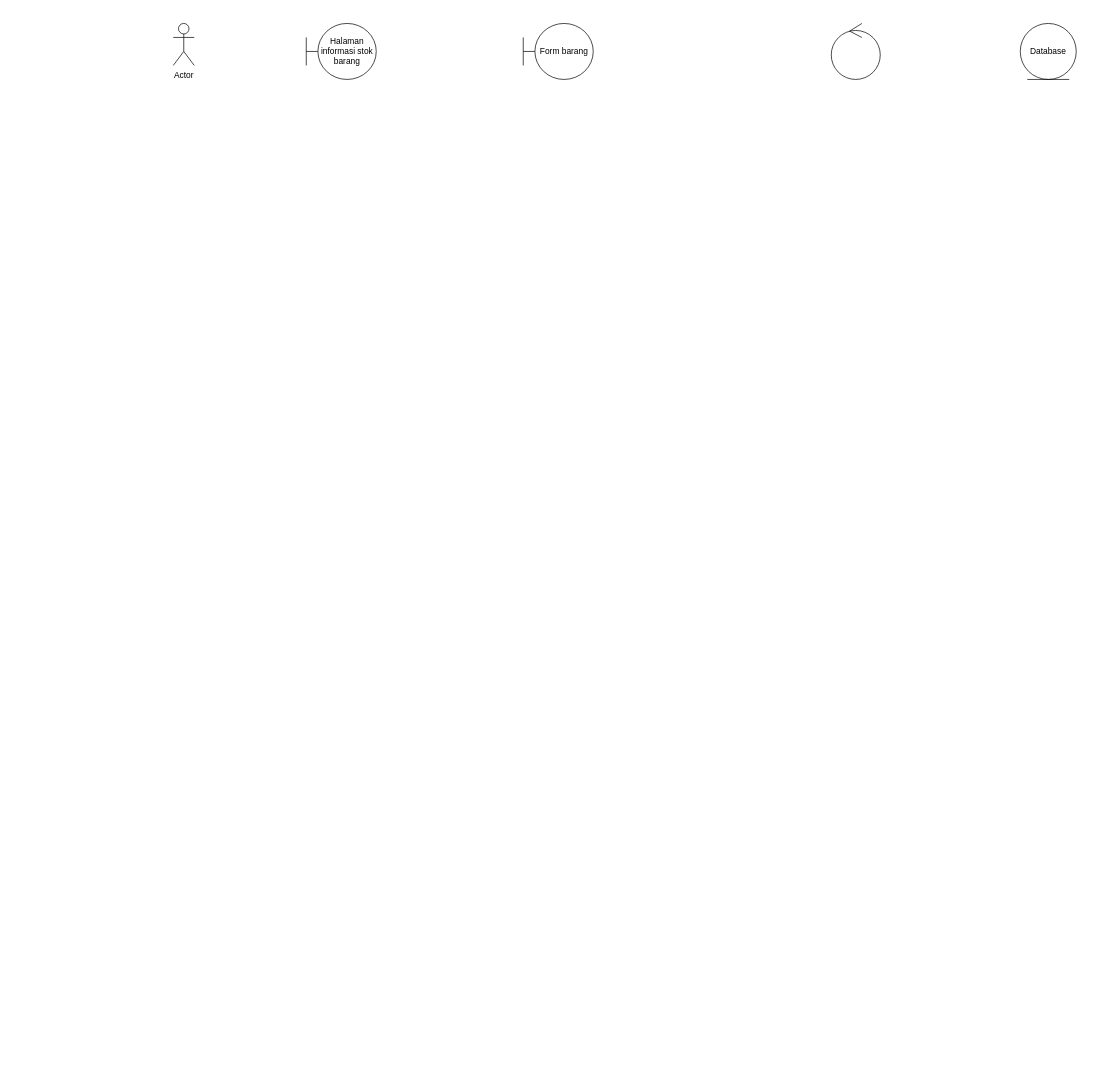
Earlier version of the draw.io diagram page "Fitur Menambah informasi stok barang" (1 of 20) of FIxed/Sequence Complete .drawio (AriqFaridzki/SE-UTS-2023). Source tidied: cells renumbered, new cells numbered last; positions are measured from the earlier drawing's top-left corner, leaving out a move shared by most shapes. Both pictures are drawn from the tidied source at 70%, with x=0, y=0 at pixel (173, 23).
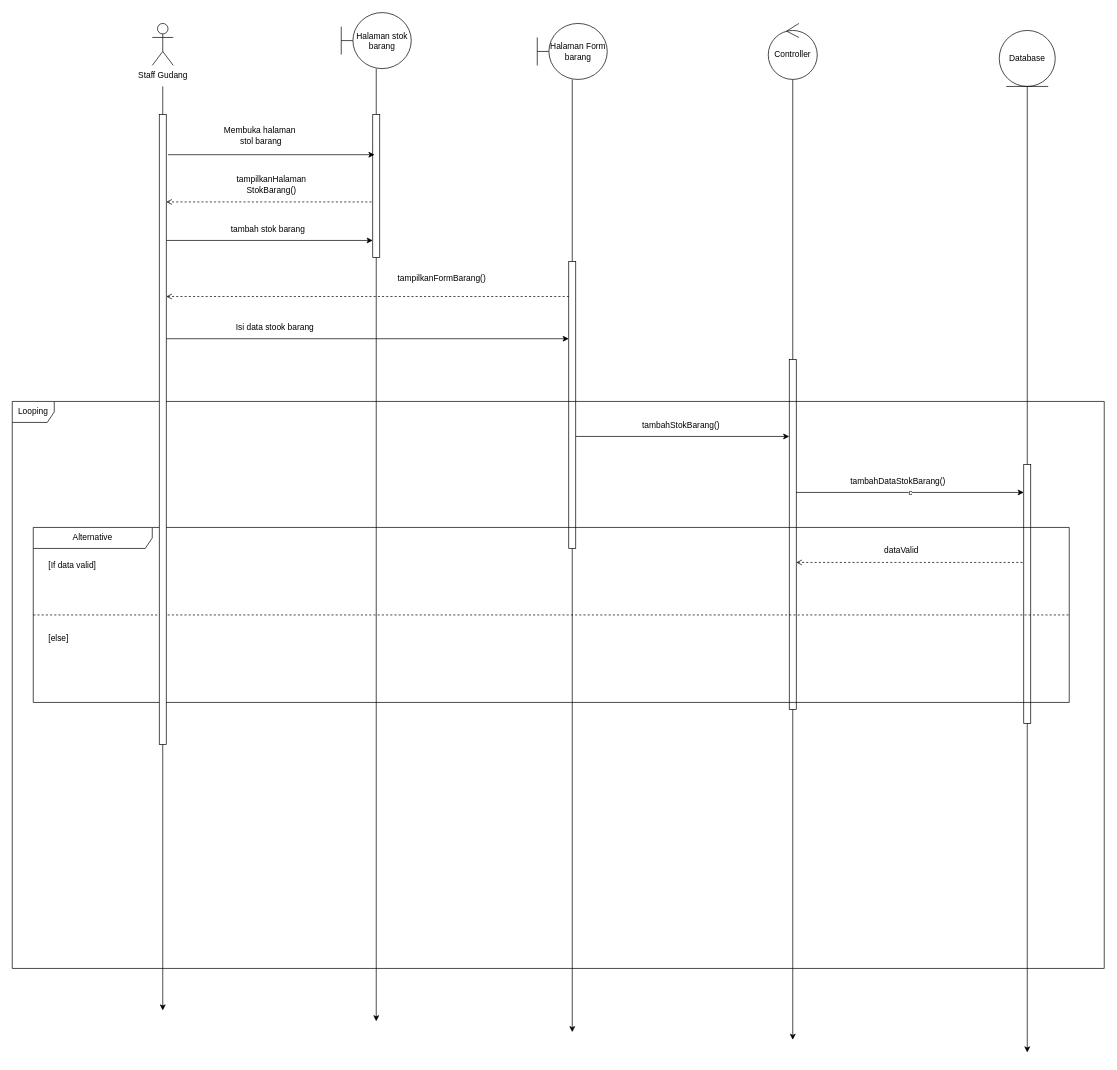
The same page after the edit.

Diff of the diagram source:
```diff
@@
+    <mxCell id="7" style="edgeStyle=orthogonalEdgeStyle;rounded=0;jettySize=auto;html=1;" parent="1" edge="1" source="6">
+      <mxGeometry relative="1" as="geometry">
+        <mxPoint x="885" y="1452" as="targetPoint" />
+      </mxGeometry>
+    </mxCell>
+    <mxCell id="6" value="Controller" style="ellipse;shape=umlControl;whiteSpace=wrap;html=1;" parent="1" vertex="1">
+      <mxGeometry x="850" width="70" height="80" as="geometry" />
+    </mxCell>
+    <mxCell id="8" style="group;" parent="1" vertex="1">
+      <mxGeometry x="1180" y="10" width="80" height="1460" as="geometry" />
+    </mxCell>
+    <mxCell id="9" style="edgeStyle=orthogonalEdgeStyle;rounded=0;jettySize=auto;html=1;" parent="8" edge="1" source="5">
+      <mxGeometry relative="1" as="geometry">
+        <mxPoint x="40" y="1460" as="targetPoint" />
+      </mxGeometry>
+    </mxCell>
+    <mxCell id="5" value="Database" style="ellipse;shape=umlEntity;whiteSpace=wrap;html=1;" parent="8" vertex="1">
+      <mxGeometry width="80" height="80" as="geometry" />
+    </mxCell>
+    <mxCell id="10" style="html=1;points=[];perimeter=orthogonalPerimeter;outlineConnect=0;targetShapes=umlLifeline;portConstraint=eastwest;newEdgeStyle={&quot;edgeStyle&quot;:&quot;elbowEdgeStyle&quot;,&quot;elbow&quot;:&quot;vertical&quot;,&quot;curved&quot;:0,&quot;rounded&quot;:0};" parent="8" vertex="1">
+      <mxGeometry x="35" y="620" width="10" height="370" as="geometry" />
+    </mxCell>
+    <mxCell id="11" style="group;" parent="1" vertex="1">
+      <mxGeometry x="520" width="760" height="1441" as="geometry" />
+    </mxCell>
+    <mxCell id="12" style="edgeStyle=orthogonalEdgeStyle;rounded=0;jettySize=auto;html=1;" parent="11" edge="1" source="4">
+      <mxGeometry relative="1" as="geometry">
+        <mxPoint x="50" y="1441" as="targetPoint" />
+      </mxGeometry>
+    </mxCell>
+    <mxCell id="4" value="Halaman Form barang" style="shape=umlBoundary;whiteSpace=wrap;html=1;" parent="11" vertex="1">
+      <mxGeometry width="100" height="80" as="geometry" />
+    </mxCell>
+    <mxCell id="13" style="html=1;points=[];perimeter=orthogonalPerimeter;outlineConnect=0;targetShapes=umlLifeline;portConstraint=eastwest;newEdgeStyle={&quot;edgeStyle&quot;:&quot;elbowEdgeStyle&quot;,&quot;elbow&quot;:&quot;vertical&quot;,&quot;curved&quot;:0,&quot;rounded&quot;:0};" parent="11" vertex="1">
+      <mxGeometry x="45" y="340" width="10" height="410" as="geometry" />
+    </mxCell>
+    <mxCell id="14" value="tambahStokBarang()" style="text;html=1;align=center;verticalAlign=middle;strokeColor=none;fillColor=none;" parent="11" vertex="1">
+      <mxGeometry x="140" y="560" width="130" height="30" as="geometry" />
+    </mxCell>
+    <mxCell id="15" style="endArrow=classic;html=1;rounded=0;" parent="11" edge="1">
+      <mxGeometry relative="1" as="geometry">
+        <mxPoint x="55" y="590" as="sourcePoint" />
+        <mxPoint x="360" y="590" as="targetPoint" />
+      </mxGeometry>
+    </mxCell>
+    <mxCell id="16" style="html=1;perimeter=orthogonalPerimeter;targetShapes=umlLifeline;newEdgeStyle={&quot;edgeStyle&quot;:&quot;elbowEdgeStyle&quot;,&quot;elbow&quot;:&quot;vertical&quot;,&quot;curved&quot;:0,&quot;rounded&quot;:0};" parent="11" vertex="1">
+      <mxGeometry x="360" y="480" width="10" height="500" as="geometry" />
+    </mxCell>
+    <mxCell id="17" style="endArrow=none;html=1;rounded=0;endFill=0;startArrow=open;startFill=0;dashed=1;" parent="11" edge="1" target="10">
+      <mxGeometry relative="1" as="geometry">
+        <mxPoint x="370" y="770" as="sourcePoint" />
+      </mxGeometry>
+    </mxCell>
+    <mxCell id="18" style="group;" parent="1" vertex="1">
+      <mxGeometry x="240" y="-15.5" width="100" height="1441" as="geometry" />
+    </mxCell>
+    <mxCell id="19" style="edgeStyle=orthogonalEdgeStyle;rounded=0;jettySize=auto;html=1;" parent="18" edge="1" source="3">
+      <mxGeometry relative="1" as="geometry">
+        <mxPoint x="50" y="1441" as="targetPoint" />
+      </mxGeometry>
+    </mxCell>
+    <mxCell id="3" value="Halaman stok barang" style="shape=umlBoundary;whiteSpace=wrap;html=1;" parent="18" vertex="1">
+      <mxGeometry width="100" height="80" as="geometry" />
+    </mxCell>
+    <mxCell id="20" style="html=1;points=[];perimeter=orthogonalPerimeter;outlineConnect=0;targetShapes=umlLifeline;portConstraint=eastwest;newEdgeStyle={&quot;edgeStyle&quot;:&quot;elbowEdgeStyle&quot;,&quot;elbow&quot;:&quot;vertical&quot;,&quot;curved&quot;:0,&quot;rounded&quot;:0};" parent="18" vertex="1">
+      <mxGeometry x="45" y="145.5" width="10" height="204.5" as="geometry" />
+    </mxCell>
+    <mxCell id="21" style="group;" parent="1" vertex="1">
+      <mxGeometry x="80" y="210" width="120" height="50" as="geometry" />
+    </mxCell>
+    <mxCell id="22" value="tampilkanHalaman&lt;br&gt;StokBarang()" style="text;html=1;align=center;verticalAlign=middle;strokeColor=none;fillColor=none;" parent="21" vertex="1">
+      <mxGeometry width="120" height="40" as="geometry" />
+    </mxCell>
+    <mxCell id="23" style="group;" parent="1" vertex="1">
+      <mxGeometry x="70" y="280" width="130" height="40" as="geometry" />
+    </mxCell>
+    <mxCell id="24" value="tambah stok barang" style="text;html=1;align=center;verticalAlign=middle;strokeColor=none;fillColor=none;" parent="23" vertex="1">
+      <mxGeometry width="130" height="30" as="geometry" />
+    </mxCell>
+    <mxCell id="25" style="endArrow=none;html=1;rounded=0;endFill=0;startArrow=open;startFill=0;dashed=1;" parent="1" edge="1" target="20">
+      <mxGeometry relative="1" as="geometry">
+        <mxPoint x="-10" y="255" as="sourcePoint" />
+        <Array as="points">
+          <mxPoint x="60" y="255" />
+        </Array>
+      </mxGeometry>
+    </mxCell>
+    <mxCell id="26" style="endArrow=classic;html=1;rounded=0;" parent="1" edge="1" target="20">
+      <mxGeometry relative="1" as="geometry">
+        <mxPoint x="-10" y="310" as="sourcePoint" />
+      </mxGeometry>
+    </mxCell>
+    <mxCell id="27" style="endArrow=classic;html=1;rounded=0;exitX=1;exitY=0.125;exitDx=0;exitDy=0;exitPerimeter=0;" parent="1" edge="1">
+      <mxGeometry relative="1" as="geometry">
+        <mxPoint x="-7.5" y="187.5" as="sourcePoint" />
+        <mxPoint x="287.5" y="187.5" as="targetPoint" />
+      </mxGeometry>
+    </mxCell>
+    <mxCell id="28" value="Membuka halaman&amp;nbsp;&lt;br&gt;stol barang" style="text;html=1;align=center;verticalAlign=middle;strokeColor=none;fillColor=none;" parent="1" vertex="1">
+      <mxGeometry x="60" y="140" width="130" height="40" as="geometry" />
+    </mxCell>
+    <mxCell id="29" style="endArrow=none;html=1;rounded=0;endFill=0;startArrow=open;startFill=0;dashed=1;exitX=1;exitY=0.289;exitDx=0;exitDy=0;exitPerimeter=0;" parent="1" edge="1" source="40" target="13">
+      <mxGeometry relative="1" as="geometry" />
+    </mxCell>
+    <mxCell id="30" value="tampilkanFormBarang()&amp;nbsp;" style="text;html=1;align=center;verticalAlign=middle;strokeColor=none;fillColor=none;" parent="1" vertex="1">
+      <mxGeometry x="310" y="350" width="150" height="30" as="geometry" />
+    </mxCell>
+    <mxCell id="31" value="c" style="endArrow=classic;html=1;rounded=0;" parent="1" edge="1" target="10">
+      <mxGeometry relative="1" as="geometry">
+        <mxPoint x="890" y="670" as="sourcePoint" />
+      </mxGeometry>
+    </mxCell>
+    <mxCell id="32" value="tambahDataStokBarang()" style="text;html=1;align=center;verticalAlign=middle;strokeColor=none;fillColor=none;" parent="1" vertex="1">
+      <mxGeometry x="955" y="640" width="160" height="30" as="geometry" />
+    </mxCell>
+    <mxCell id="33" style="endArrow=classic;html=1;rounded=0;exitX=1;exitY=0.356;exitDx=0;exitDy=0;exitPerimeter=0;" parent="1" edge="1" source="40" target="13">
+      <mxGeometry relative="1" as="geometry" />
+    </mxCell>
+    <mxCell id="34" value="Isi data stook barang" style="text;html=1;align=center;verticalAlign=middle;strokeColor=none;fillColor=none;" parent="1" vertex="1">
+      <mxGeometry x="80" y="420" width="130" height="30" as="geometry" />
+    </mxCell>
+    <mxCell id="35" value="Alternative" style="shape=umlFrame;whiteSpace=wrap;html=1;width=170;" parent="1" vertex="1">
+      <mxGeometry x="-200" y="720" width="1480" height="250" as="geometry" />
+    </mxCell>
+    <mxCell id="36" value="[If data valid]" style="text;html=1;" parent="35" vertex="1">
+      <mxGeometry width="100" height="20" relative="1" as="geometry">
+        <mxPoint x="20" y="40" as="offset" />
+      </mxGeometry>
+    </mxCell>
+    <mxCell id="37" value="[else]" style="line;strokeWidth=1;dashed=1;labelPosition=center;verticalLabelPosition=bottom;align=left;verticalAlign=top;spacingLeft=20;spacingTop=15;html=1;whiteSpace=wrap;" parent="35" vertex="1">
+      <mxGeometry y="120" width="1480" height="10" as="geometry" />
+    </mxCell>
+    <mxCell id="38" value="Looping" style="shape=umlFrame;whiteSpace=wrap;html=1;" parent="1" vertex="1">
+      <mxGeometry x="-230" y="540" width="1560" height="810" as="geometry" />
+    </mxCell>
+    <mxCell id="39" style="edgeStyle=orthogonalEdgeStyle;rounded=0;orthogonalLoop=1;jettySize=auto;html=1;" parent="1" edge="1">
+      <mxGeometry relative="1" as="geometry">
+        <mxPoint x="-15" y="90" as="sourcePoint" />
+        <mxPoint x="-15" y="1410" as="targetPoint" />
+      </mxGeometry>
+    </mxCell>
-    <mxCell id="2" value="Actor" style="shape=umlActor;verticalLabelPosition=bottom;verticalAlign=top;html=1;" parent="1" vertex="1">
-      <mxGeometry width="30" height="60" as="geometry" />
+    <mxCell id="2" value="Staff Gudang" style="shape=umlActor;verticalLabelPosition=bottom;verticalAlign=top;html=1;" parent="1" vertex="1">
+      <mxGeometry x="-30" width="30" height="60" as="geometry" />
     </mxCell>
-    <mxCell id="3" value="Halaman informasi stok barang" style="shape=umlBoundary;whiteSpace=wrap;html=1;" parent="1" vertex="1">
-      <mxGeometry x="190" width="100" height="80" as="geometry" />
-    </mxCell>
-    <mxCell id="4" value="Form barang" style="shape=umlBoundary;whiteSpace=wrap;html=1;" parent="1" vertex="1">
-      <mxGeometry x="500" width="100" height="80" as="geometry" />
-    </mxCell>
-    <mxCell id="5" value="Database" style="ellipse;shape=umlEntity;whiteSpace=wrap;html=1;" parent="1" vertex="1">
-      <mxGeometry x="1210" width="80" height="80" as="geometry" />
-    </mxCell>
-    <mxCell id="6" style="ellipse;shape=umlControl;whiteSpace=wrap;html=1;" parent="1" vertex="1">
-      <mxGeometry x="940" width="70" height="80" as="geometry" />
-    </mxCell>
+    <mxCell id="40" style="html=1;points=[];perimeter=orthogonalPerimeter;outlineConnect=0;targetShapes=umlLifeline;portConstraint=eastwest;newEdgeStyle={&quot;edgeStyle&quot;:&quot;elbowEdgeStyle&quot;,&quot;elbow&quot;:&quot;vertical&quot;,&quot;curved&quot;:0,&quot;rounded&quot;:0};" parent="1" vertex="1">
+      <mxGeometry x="-20" y="130" width="10" height="900" as="geometry" />
+    </mxCell>
+    <mxCell id="41" value="dataValid" style="text;html=1;align=center;verticalAlign=middle;strokeColor=none;fillColor=none;" parent="1" vertex="1">
+      <mxGeometry x="1005" y="738" width="70" height="30" as="geometry" />
+    </mxCell>
```
